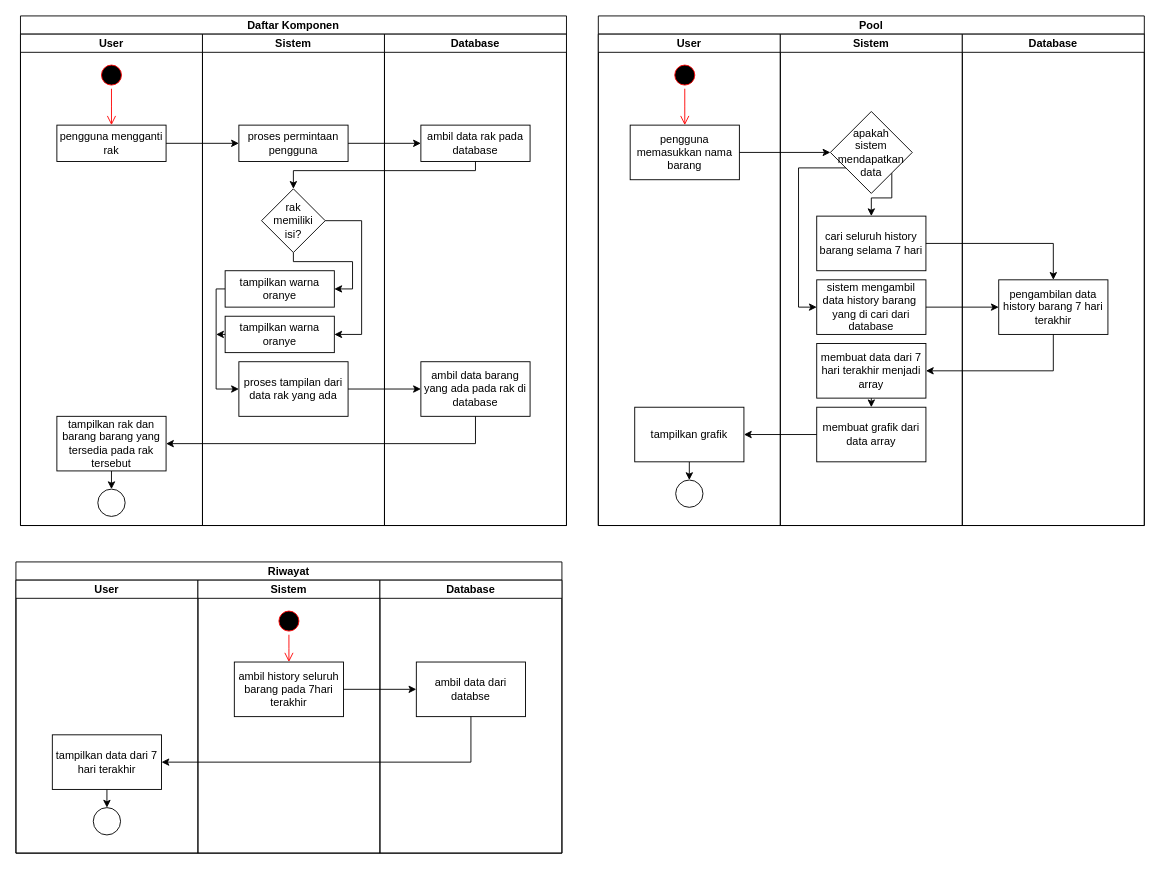
The draw.io diagram activityDiagram/Beranda.drawio in IsaacRK/Riset-IM, before the edit. Source tidied: cells renumbered, new cells numbered last; positions are measured from the earlier drawing's top-left corner, leaving out a move shared by most shapes. Both pictures are drawn from the tidied source at 91%, with x=0, y=0 at pixel (15, 15).
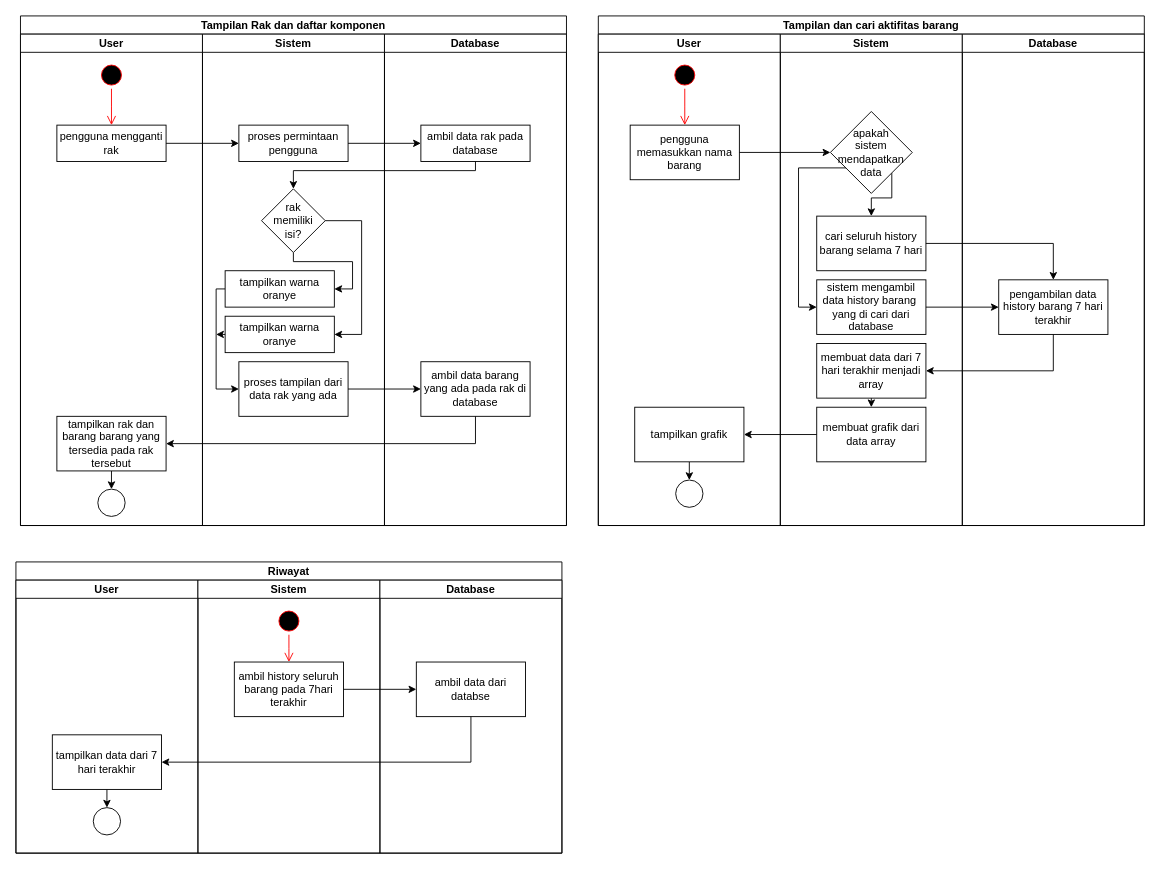
After the change.

Change to the diagram source:
```diff
@@
-    <mxCell id="2" value="Daftar Komponen" style="swimlane;startSize=20;" parent="1" vertex="1">
+    <mxCell id="2" value="Tampilan Rak dan daftar komponen" style="swimlane;startSize=20;" parent="1" vertex="1">
       <mxGeometry x="5" width="600" height="560" as="geometry" />
     </mxCell>
@@
-    <mxCell id="28" value="Pool" style="swimlane;startSize=20;rounded=0;sketch=0;" parent="1" vertex="1">
+    <mxCell id="28" value="Tampilan dan cari aktifitas barang" style="swimlane;startSize=20;rounded=0;sketch=0;" parent="1" vertex="1">
       <mxGeometry x="640" width="600" height="560" as="geometry" />
     </mxCell>
```
